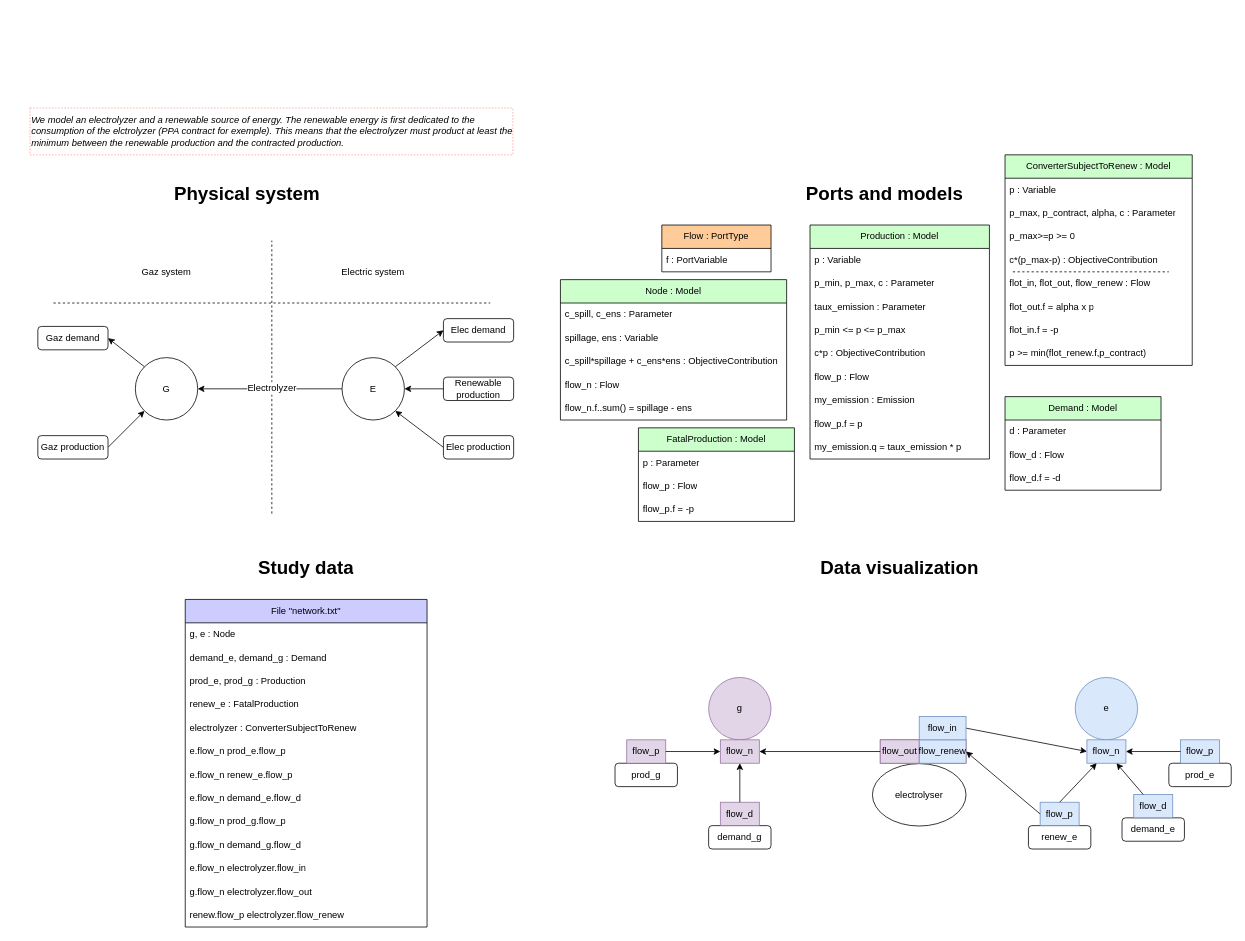
Above: page "systems_linked_by_electrolyzer" (3 of 3) of models-design/systems/electrolyzer_subject_to_renawable.drawio in AntaresSimulatorTeam/andromede-modeling-prototype (draw.io), before the change. Source tidied: cells renumbered, new cells numbered last; positions are measured from the earlier drawing's top-left corner, leaving out a move shared by most shapes. Both pictures are drawn from the tidied source at 78%, with x=0, y=0 at pixel (13, 108).
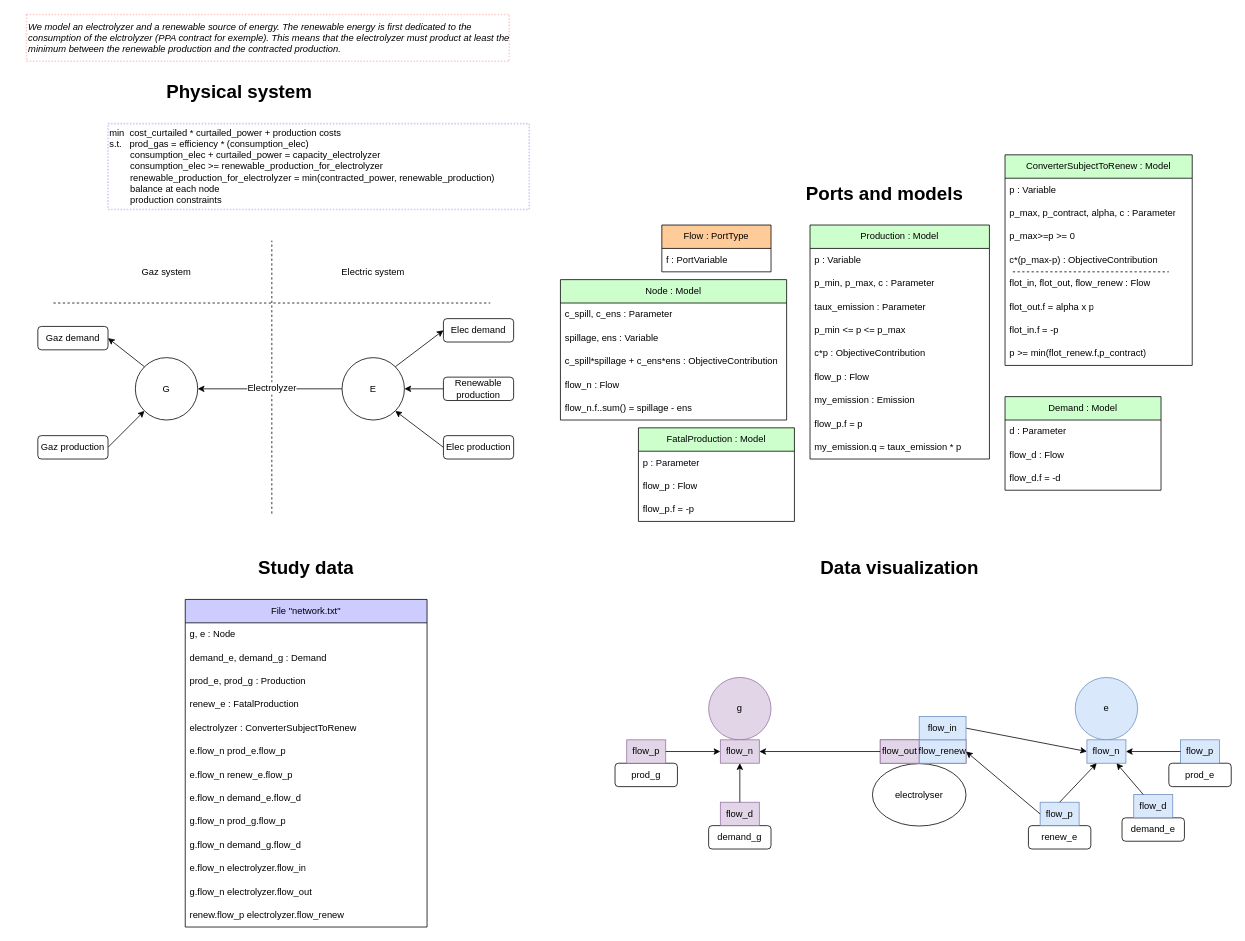
The same diagram, later.

Change to the diagram source:
```diff
@@
     <mxCell id="19" value="&lt;h1&gt;Physical system&lt;br&gt;&lt;/h1&gt;" style="text;html=1;strokeColor=none;fillColor=none;spacing=5;spacingTop=-20;whiteSpace=wrap;overflow=hidden;rounded=0;" parent="1" vertex="1">
-      <mxGeometry x="201" y="90" width="250" height="40" as="geometry" />
+      <mxGeometry x="191" y="-40" width="250" height="40" as="geometry" />
     </mxCell>
@@
     <mxCell id="110" value="&lt;i&gt;We model an electrolyzer and a renewable source of energy. The renewable energy is first dedicated to the consumption of the elctrolyzer (PPA contract for exemple). This means that the electrolyzer must product at least the minimum between the renewable production and the contracted production.&amp;nbsp;&lt;/i&gt;" style="text;html=1;strokeColor=#FFCCCC;fillColor=none;align=left;verticalAlign=middle;whiteSpace=wrap;rounded=0;dashed=1;dashPattern=1 1;strokeWidth=2;" parent="1" vertex="1">
-      <mxGeometry x="21" width="619" height="60" as="geometry" />
+      <mxGeometry x="16.5" y="-120" width="619" height="60" as="geometry" />
     </mxCell>
@@
+    <mxCell id="113" value="min&amp;nbsp; cost_curtailed * curtailed_power + production costs&lt;br&gt;s.t.&amp;nbsp; &amp;nbsp;prod_gas = efficiency * (consumption_elec)&amp;nbsp;&lt;br&gt;&lt;span style=&quot;white-space: pre;&quot;&gt;&#9;&lt;/span&gt;consumption_elec + curtailed_power = capacity_electrolyzer&lt;br&gt;&lt;span style=&quot;white-space: pre;&quot;&gt;&#9;&lt;/span&gt;consumption_elec &amp;gt;= renewable_production_for_electrolyzer&lt;br&gt;&lt;span style=&quot;white-space: pre;&quot;&gt;&#9;&lt;/span&gt;renewable_production_for_electrolyzer = min(contracted_power, renewable_production)&lt;br&gt;&lt;span style=&quot;white-space: pre;&quot;&gt;&#9;&lt;/span&gt;balance at each node&lt;br&gt;&lt;span style=&quot;white-space: pre;&quot;&gt;&#9;&lt;/span&gt;production constraints" style="text;html=1;strokeColor=#CCCCFF;fillColor=none;align=left;verticalAlign=middle;whiteSpace=wrap;rounded=0;dashed=1;dashPattern=1 1;strokeWidth=2;" parent="1" vertex="1">
+      <mxGeometry x="121" y="20" width="540" height="110" as="geometry" />
+    </mxCell>
```
